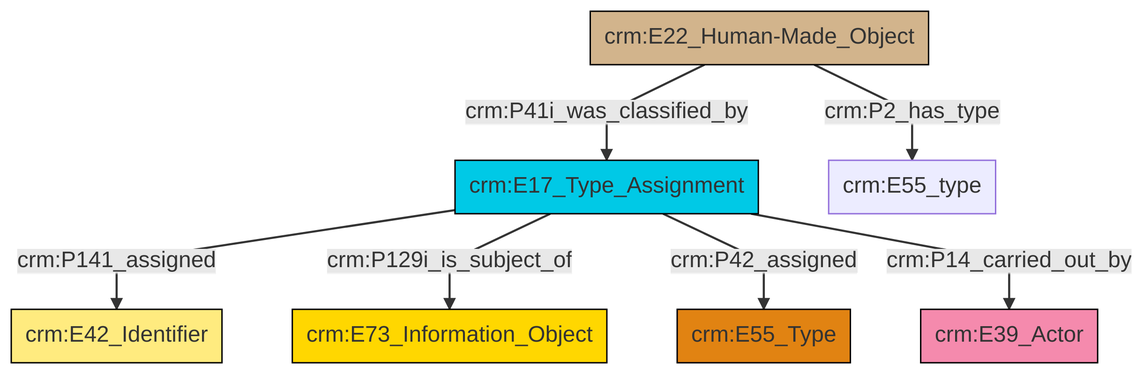
This is et/builtWorkCSV/ttl/mmd/png/Built_Work_designation_status.png from swiss-art-research-net/reference-data-models, a Mermaid export, as it was before one commit. Its source is kept beside it as et/builtWorkCSV/ttl/mmd/Built_Work_designation_status.ttl.mmd.
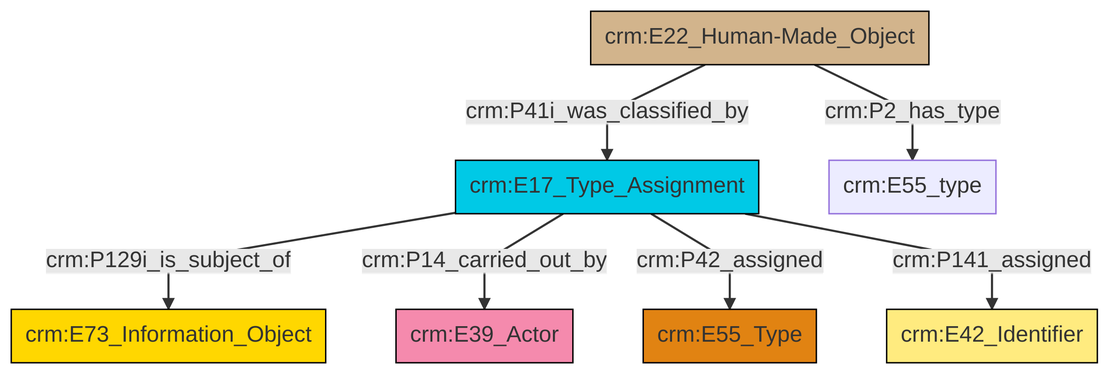
The same file after the commit.

Change to the diagram source:
```diff
@@ -13,9 +13,9 @@
 classDef PC_Classes fill:#4ce600, stroke:#000000;
 classDef Multi fill:#cccccc,stroke:#000000;
 
-0["crm:E17_Type_Assignment"]:::Temporal_Entity -->|crm:P141_assigned| 2["crm:E42_Identifier"]:::Appellation
-0["crm:E17_Type_Assignment"]:::Temporal_Entity -->|crm:P129i_is_subject_of| 5["crm:E73_Information_Object"]:::Conceptual_Object
+0["crm:E17_Type_Assignment"]:::Temporal_Entity -->|crm:P129i_is_subject_of| 1["crm:E73_Information_Object"]:::Conceptual_Object
+0["crm:E17_Type_Assignment"]:::Temporal_Entity -->|crm:P14_carried_out_by| 3["crm:E39_Actor"]:::Actor
+4["crm:E22_Human-Made_Object"]:::Physical_Thing -->|crm:P41i_was_classified_by| 0["crm:E17_Type_Assignment"]:::Temporal_Entity
+4["crm:E22_Human-Made_Object"]:::Physical_Thing -->|crm:P2_has_type| 5["crm:E55_type"]:::Default
 0["crm:E17_Type_Assignment"]:::Temporal_Entity -->|crm:P42_assigned| 6["crm:E55_Type"]:::Type
-3["crm:E22_Human-Made_Object"]:::Physical_Thing -->|crm:P41i_was_classified_by| 0["crm:E17_Type_Assignment"]:::Temporal_Entity
-3["crm:E22_Human-Made_Object"]:::Physical_Thing -->|crm:P2_has_type| 8["crm:E55_type"]:::Default
-0["crm:E17_Type_Assignment"]:::Temporal_Entity -->|crm:P14_carried_out_by| 10["crm:E39_Actor"]:::Actor
+0["crm:E17_Type_Assignment"]:::Temporal_Entity -->|crm:P141_assigned| 7["crm:E42_Identifier"]:::Appellation
```
